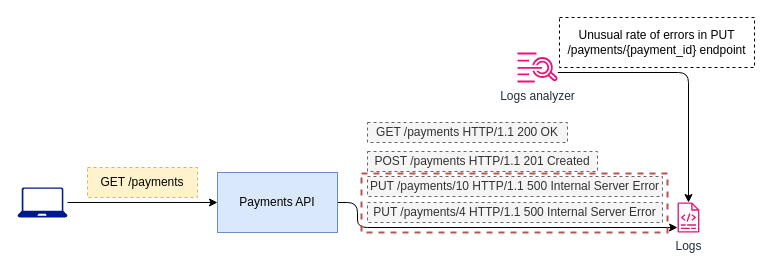
This is ch11.drawio from abunuwas/api-sec-book-imgs, a draw.io file, before an edit. Source tidied: cells renumbered, new cells numbered last; positions are measured from the earlier drawing's top-left corner, leaving out a move shared by most shapes. Both pictures are drawn from the tidied source at 100%, with x=0, y=0 at pixel (17, 17).
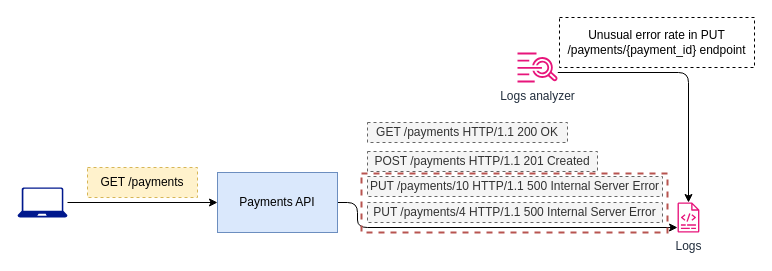
Above is the later version.

Diff of the diagram source:
```diff
@@
 <mxGraphModel>
   <root>
     <mxCell id="0" />
     <mxCell id="1" parent="0" />
     <mxCell id="2" style="edgeStyle=orthogonalEdgeStyle;rounded=1;jettySize=auto;html=1;curved=0;" parent="1" edge="1" source="3" target="6">
       <mxGeometry relative="1" as="geometry">
         <Array as="points">
           <mxPoint x="340" y="185" />
           <mxPoint x="340" y="210" />
         </Array>
       </mxGeometry>
     </mxCell>
     <mxCell id="3" value="Payments API" style="rounded=0;whiteSpace=wrap;html=1;fillColor=#dae8fc;strokeColor=#6c8ebf;" parent="1" vertex="1">
       <mxGeometry x="200" y="155" width="120" height="60" as="geometry" />
     </mxCell>
     <mxCell id="4" style="edgeStyle=orthogonalEdgeStyle;rounded=0;jettySize=auto;html=1;entryX=0;entryY=0.5;entryDx=0;entryDy=0;" parent="1" edge="1" source="5" target="3">
       <mxGeometry relative="1" as="geometry" />
     </mxCell>
     <mxCell id="5" style="sketch=0;shadow=0;dashed=0;html=1;strokeColor=none;labelPosition=center;verticalLabelPosition=bottom;verticalAlign=top;align=center;fillColor=#00188D;shape=mxgraph.azure.laptop;" parent="1" vertex="1">
       <mxGeometry y="170" width="50" height="30" as="geometry" />
     </mxCell>
     <mxCell id="6" value="Logs" style="sketch=0;outlineConnect=0;fontColor=#232F3E;gradientColor=none;fillColor=#E7157B;strokeColor=none;dashed=0;verticalLabelPosition=bottom;verticalAlign=top;align=center;html=1;fontSize=12;fontStyle=0;shape=mxgraph.aws4.logs;" parent="1" vertex="1">
       <mxGeometry x="660" y="185" width="21.9" height="30" as="geometry" />
     </mxCell>
     <mxCell id="7" style="edgeStyle=orthogonalEdgeStyle;rounded=1;jettySize=auto;html=1;curved=0;" parent="1" edge="1" source="8" target="6">
       <mxGeometry relative="1" as="geometry">
         <Array as="points">
           <mxPoint x="671" y="55" />
         </Array>
       </mxGeometry>
     </mxCell>
     <mxCell id="8" value="Logs analyzer" style="sketch=0;outlineConnect=0;fontColor=#232F3E;gradientColor=none;fillColor=#E7157B;strokeColor=none;dashed=0;verticalLabelPosition=bottom;verticalAlign=top;align=center;html=1;fontSize=12;fontStyle=0;shape=mxgraph.aws4.cloudwatch_logs;" parent="1" vertex="1">
       <mxGeometry x="500" y="35" width="40.3" height="30" as="geometry" />
     </mxCell>
     <mxCell id="9" value="GET /payments" style="text;html=1;align=center;verticalAlign=middle;whiteSpace=wrap;rounded=0;strokeColor=#d6b656;dashed=1;fillColor=#fff2cc;" parent="1" vertex="1">
       <mxGeometry x="70" y="150" width="110" height="30" as="geometry" />
     </mxCell>
     <mxCell id="10" value="GET /payments HTTP/1.1 200 OK" style="text;html=1;align=center;verticalAlign=middle;whiteSpace=wrap;rounded=0;strokeColor=#666666;dashed=1;fillColor=#f5f5f5;fontColor=#333333;" parent="1" vertex="1">
       <mxGeometry x="350" y="105" width="200" height="20" as="geometry" />
     </mxCell>
     <mxCell id="11" value="POST /payments HTTP/1.1 201 Created" style="text;html=1;align=center;verticalAlign=middle;whiteSpace=wrap;rounded=0;strokeColor=#666666;dashed=1;fillColor=#f5f5f5;fontColor=#333333;" parent="1" vertex="1">
       <mxGeometry x="350" y="134" width="230" height="20" as="geometry" />
     </mxCell>
     <mxCell id="12" value="PUT /payments/10 HTTP/1.1 500 Internal Server Error" style="text;html=1;align=center;verticalAlign=middle;whiteSpace=wrap;rounded=0;strokeColor=#666666;dashed=1;fillColor=#f5f5f5;fontColor=#333333;" parent="1" vertex="1">
       <mxGeometry x="350" y="159" width="295" height="20" as="geometry" />
     </mxCell>
     <mxCell id="13" value="PUT /payments/4 HTTP/1.1 500 Internal Server Error" style="text;html=1;align=center;verticalAlign=middle;whiteSpace=wrap;rounded=0;strokeColor=#666666;dashed=1;fillColor=#f5f5f5;fontColor=#333333;" parent="1" vertex="1">
       <mxGeometry x="350" y="185" width="295" height="20" as="geometry" />
     </mxCell>
     <mxCell id="14" style="text;html=1;align=center;verticalAlign=middle;whiteSpace=wrap;rounded=0;fillColor=none;strokeColor=#b85450;strokeWidth=2;dashed=1;" parent="1" vertex="1">
       <mxGeometry x="344" y="156" width="306" height="59" as="geometry" />
     </mxCell>
-    <mxCell id="15" value="Unusual rate of errors in PUT /payments/{payment_id} endpoint" style="text;html=1;align=center;verticalAlign=middle;whiteSpace=wrap;rounded=0;strokeColor=default;dashed=1;" parent="1" vertex="1">
+    <mxCell id="15" value="Unusual error rate in PUT /payments/{payment_id} endpoint" style="text;html=1;align=center;verticalAlign=middle;whiteSpace=wrap;rounded=0;strokeColor=default;dashed=1;" parent="1" vertex="1">
       <mxGeometry x="542" width="195" height="50" as="geometry" />
     </mxCell>
   </root>
 </mxGraphModel>
```
